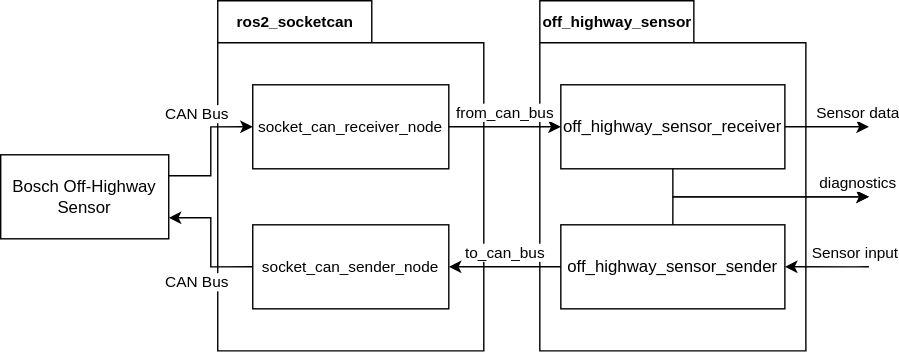
Above: doc/media/system_setup.drawio.svg in ros2-gbp/off_highway_sensor_drivers-release (draw.io), before the change. Source tidied: cells renumbered, new cells last; positions are measured from the earlier drawing's top-left corner, leaving out a move shared by most shapes. Its diagram source:
```xml
<mxGraphModel>
  <root>
    <mxCell id="0" />
    <mxCell id="1" parent="0" />
    <mxCell id="2" style="group;" parent="1" vertex="1">
      <mxGeometry width="620" height="250" as="geometry" />
    </mxCell>
    <mxCell id="3" value="ros2_socketcan" style="shape=folder;fontStyle=1;tabWidth=110;tabHeight=30;tabPosition=left;html=1;boundedLbl=1;labelInHeader=1;fontFamily=Helvetica;fontSize=11;fontColor=default;" parent="2" vertex="1">
      <mxGeometry x="155" width="190" height="250" as="geometry" />
    </mxCell>
    <mxCell id="4" value="socket_can_receiver_node" style="rounded=0;whiteSpace=wrap;html=1;fontSize=11;" parent="3" vertex="1">
      <mxGeometry x="25" y="60" width="140" height="60" as="geometry" />
    </mxCell>
    <mxCell id="5" value="off_highway_sensor" style="shape=folder;fontStyle=1;tabWidth=110;tabHeight=30;tabPosition=left;html=1;boundedLbl=1;labelInHeader=1;fontFamily=Helvetica;fontSize=11;fontColor=default;" parent="2" vertex="1">
      <mxGeometry x="385" width="190" height="250" as="geometry" />
    </mxCell>
    <mxCell id="6" value="off_highway_sensor_receiver" style="rounded=0;whiteSpace=wrap;html=1;" parent="5" vertex="1">
      <mxGeometry x="15" y="60" width="160" height="60" as="geometry" />
    </mxCell>
    <mxCell id="7" value="off_highway_sensor_sender" style="rounded=0;whiteSpace=wrap;html=1;" parent="5" vertex="1">
      <mxGeometry x="15" y="160" width="160" height="60" as="geometry" />
    </mxCell>
    <mxCell id="8" value="Bosch Off-Highway Sensor" style="rounded=0;whiteSpace=wrap;html=1;" parent="2" vertex="1">
      <mxGeometry y="110" width="120" height="60" as="geometry" />
    </mxCell>
    <mxCell id="9" value="from_can_bus" style="edgeStyle=orthogonalEdgeStyle;html=1;entryX=0;entryY=0.5;entryDx=0;entryDy=0;startArrow=none;startFill=0;rounded=0;exitX=1;exitY=0.5;exitDx=0;exitDy=0;" parent="2" edge="1" source="4" target="6">
      <mxGeometry y="10" relative="1" as="geometry" />
    </mxCell>
    <mxCell id="10" style="edgeStyle=orthogonalEdgeStyle;shape=connector;rounded=0;html=1;labelBackgroundColor=default;strokeColor=default;fontFamily=Helvetica;fontSize=11;fontColor=default;startArrow=none;startFill=0;endArrow=classic;exitX=0.5;exitY=0;exitDx=0;exitDy=0;" parent="2" edge="1" source="7">
      <mxGeometry relative="1" as="geometry">
        <mxPoint x="620" y="140" as="targetPoint" />
        <Array as="points">
          <mxPoint x="480" y="140" />
          <mxPoint x="620" y="140" />
        </Array>
      </mxGeometry>
    </mxCell>
    <mxCell id="11" style="edgeStyle=orthogonalEdgeStyle;html=1;entryX=0;entryY=0.5;entryDx=0;entryDy=0;startArrow=none;startFill=0;exitX=1;exitY=0.25;exitDx=0;exitDy=0;rounded=0;" parent="2" edge="1" source="8" target="4">
      <mxGeometry relative="1" as="geometry" />
    </mxCell>
    <mxCell id="12" value="CAN Bus" style="edgeLabel;html=1;align=center;verticalAlign=middle;" parent="11" vertex="1">
      <mxGeometry x="0.28" y="-2" relative="1" as="geometry">
        <mxPoint x="-12" y="-14" as="offset" />
      </mxGeometry>
    </mxCell>
    <mxCell id="13" value="to_can_bus" style="edgeStyle=orthogonalEdgeStyle;html=1;startArrow=none;startFill=0;rounded=0;exitX=0;exitY=0.5;exitDx=0;exitDy=0;entryX=1;entryY=0.5;entryDx=0;entryDy=0;" parent="2" edge="1" source="7" target="17">
      <mxGeometry y="-10" relative="1" as="geometry" />
    </mxCell>
    <mxCell id="14" value="Sensor data" style="edgeStyle=orthogonalEdgeStyle;html=1;startArrow=none;startFill=0;rounded=0;exitX=1;exitY=0.5;exitDx=0;exitDy=0;" parent="2" edge="1" source="6">
      <mxGeometry x="0.71" y="10" relative="1" as="geometry">
        <mxPoint x="620" y="90" as="targetPoint" />
        <Array as="points">
          <mxPoint x="560" y="90" />
          <mxPoint x="560" y="90" />
        </Array>
      </mxGeometry>
    </mxCell>
    <mxCell id="15" value="diagnostics" style="edgeStyle=orthogonalEdgeStyle;html=1;startArrow=none;startFill=0;rounded=0;exitX=0.5;exitY=1;exitDx=0;exitDy=0;" parent="2" edge="1" source="6">
      <mxGeometry x="0.9" y="10" relative="1" as="geometry">
        <mxPoint x="620" y="140" as="targetPoint" />
        <Array as="points">
          <mxPoint x="480" y="140" />
          <mxPoint x="620" y="140" />
        </Array>
      </mxGeometry>
    </mxCell>
    <mxCell id="16" value="Sensor input" style="edgeStyle=orthogonalEdgeStyle;html=1;startArrow=none;startFill=0;rounded=0;entryX=1;entryY=0.5;entryDx=0;entryDy=0;" parent="2" edge="1" target="7">
      <mxGeometry x="-0.67" y="-10" relative="1" as="geometry">
        <mxPoint x="620" y="190" as="sourcePoint" />
        <Array as="points">
          <mxPoint x="610" y="190" />
          <mxPoint x="610" y="190" />
        </Array>
      </mxGeometry>
    </mxCell>
    <mxCell id="17" value="socket_can_sender_node" style="rounded=0;whiteSpace=wrap;html=1;fontSize=11;" parent="2" vertex="1">
      <mxGeometry x="180" y="160" width="140" height="60" as="geometry" />
    </mxCell>
    <mxCell id="18" style="edgeStyle=orthogonalEdgeStyle;html=1;entryX=1;entryY=0.75;entryDx=0;entryDy=0;startArrow=none;startFill=0;exitX=0;exitY=0.5;exitDx=0;exitDy=0;rounded=0;" parent="2" edge="1" source="17" target="8">
      <mxGeometry relative="1" as="geometry" />
    </mxCell>
    <mxCell id="19" value="CAN Bus" style="edgeLabel;html=1;align=center;verticalAlign=middle;" parent="18" vertex="1">
      <mxGeometry x="0.28" y="-2" relative="1" as="geometry">
        <mxPoint x="-12" y="41" as="offset" />
      </mxGeometry>
    </mxCell>
  </root>
</mxGraphModel>
```
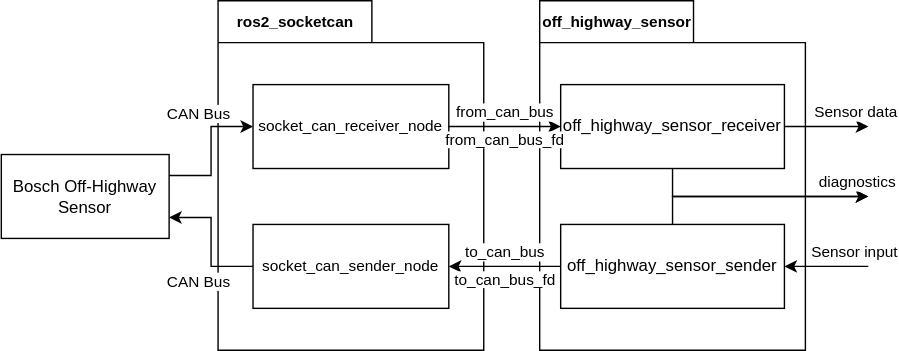
Later version of the same file.

The edit, as a diff of the source:
```diff
@@ -84,5 +84,11 @@
         <mxPoint x="-12" y="41" as="offset" />
       </mxGeometry>
     </mxCell>
+    <mxCell id="20" value="&lt;span style=&quot;font-size: 11px; background-color: rgb(255, 255, 255);&quot;&gt;to_can_bus_fd&lt;/span&gt;" style="text;html=1;align=center;verticalAlign=middle;strokeColor=none;fillColor=none;" parent="2" vertex="1">
+      <mxGeometry x="310" y="185" width="100" height="30" as="geometry" />
+    </mxCell>
+    <mxCell id="21" value="&lt;span style=&quot;font-size: 11px; background-color: rgb(255, 255, 255);&quot;&gt;from_can_bus_fd&lt;/span&gt;" style="text;html=1;align=center;verticalAlign=middle;strokeColor=none;fillColor=none;" parent="1" vertex="1">
+      <mxGeometry x="305" y="85" width="110" height="30" as="geometry" />
+    </mxCell>
   </root>
 </mxGraphModel>
```
